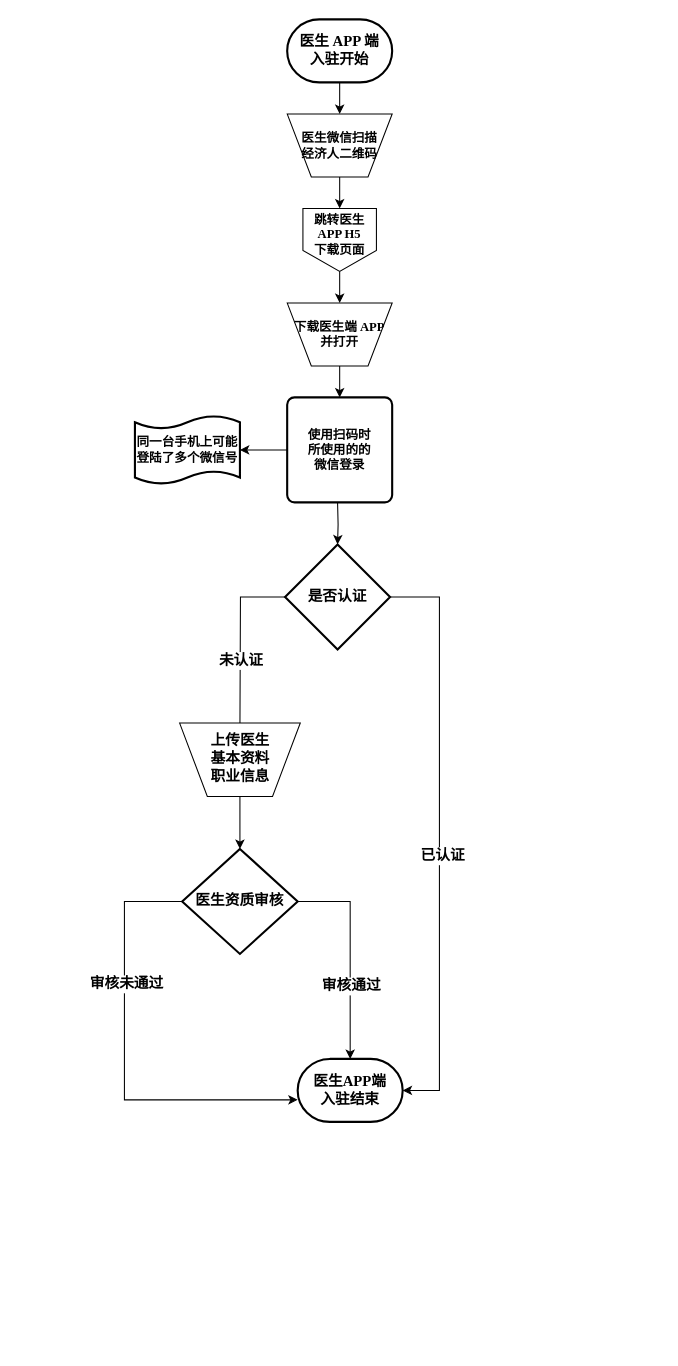
GitHeP/diagrams keeps this draw.io diagram as jbh/医生APP端微信扫码入驻.drawio. Above is the earlier version. Source tidied: cells renumbered, new cells numbered last; positions are measured from the earlier drawing's top-left corner, leaving out a move shared by most shapes. Both pictures are drawn from the tidied source at 105%, with x=0, y=0 at pixel (124, 19).
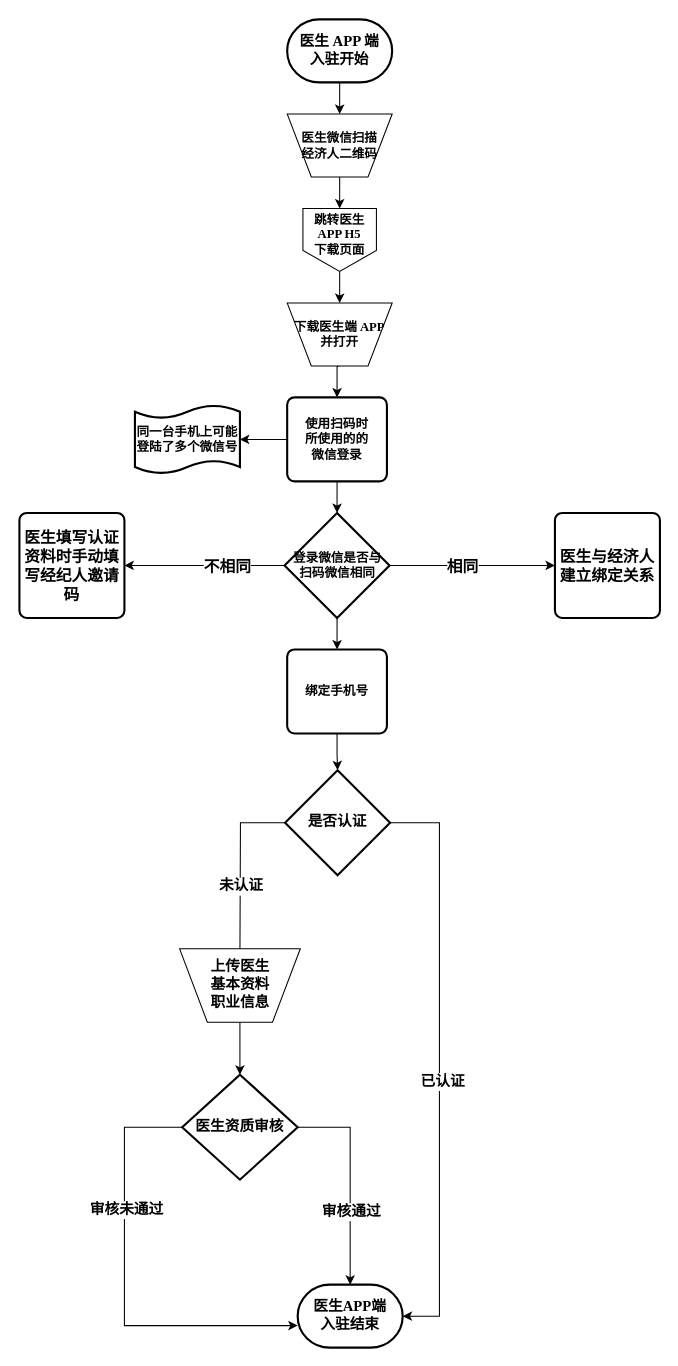
The same diagram, later.

Commit message (it also covers changes not shown here):
更新医生APP端微信扫码入驻.drawio

What changed in the source:
```diff
@@
+    <mxCell id="28" style="edgeStyle=orthogonalEdgeStyle;rounded=0;jettySize=auto;html=1;exitX=0.5;exitY=1;exitDx=0;exitDy=0;fontFamily=Garamond;fontStyle=1;" parent="1" edge="1" source="12" target="36">
+      <mxGeometry relative="1" as="geometry" />
+    </mxCell>
     <mxCell id="12" value="使用扫码时&lt;br&gt;所使用的的&lt;br&gt;微信登录" style="rounded=1;whiteSpace=wrap;html=1;absoluteArcSize=1;arcSize=14;strokeWidth=2;fontStyle=1;fontFamily=Garamond;" parent="1" vertex="1">
-      <mxGeometry x="155" y="360" width="100" height="100" as="geometry" />
+      <mxGeometry x="155" y="360" width="95" height="80" as="geometry" />
     </mxCell>
-    <mxCell id="13" style="edgeStyle=orthogonalEdgeStyle;rounded=0;jettySize=auto;html=1;exitX=0.5;exitY=1;exitDx=0;exitDy=0;fontFamily=Garamond;fontStyle=1;fontSize=14;" parent="1" edge="1" target="18">
-      <mxGeometry relative="1" as="geometry">
-        <mxPoint x="203" y="460" as="sourcePoint" />
-      </mxGeometry>
-    </mxCell>
     <mxCell id="14" style="edgeStyle=orthogonalEdgeStyle;rounded=0;jettySize=auto;html=1;exitX=1;exitY=0.5;exitDx=0;exitDy=0;exitPerimeter=0;entryX=1;entryY=0.5;entryDx=0;entryDy=0;entryPerimeter=0;fontFamily=Garamond;fontStyle=1;fontSize=14;" parent="1" edge="1" source="18" target="19">
       <mxGeometry relative="1" as="geometry">
         <Array as="points">
-          <mxPoint x="300" y="550" />
-          <mxPoint x="300" y="1020" />
+          <mxPoint x="300" y="765" />
+          <mxPoint x="300" y="1235" />
         </Array>
       </mxGeometry>
     </mxCell>
@@
     <mxCell id="16" style="edgeStyle=orthogonalEdgeStyle;rounded=0;jettySize=auto;html=1;fontFamily=Garamond;fontStyle=1;fontSize=14;" parent="1" edge="1" source="18">
       <mxGeometry relative="1" as="geometry">
-        <mxPoint x="110" y="680" as="targetPoint" />
+        <mxPoint x="110" y="895" as="targetPoint" />
       </mxGeometry>
     </mxCell>
@@
     <mxCell id="18" value="是否认证" style="strokeWidth=2;html=1;shape=mxgraph.flowchart.decision;whiteSpace=wrap;fontFamily=Garamond;fontStyle=1;fontSize=14;" parent="1" vertex="1">
-      <mxGeometry x="153" y="500" width="100" height="100" as="geometry" />
+      <mxGeometry x="153" y="715" width="100" height="100" as="geometry" />
     </mxCell>
     <mxCell id="19" value="医生APP端&lt;br style=&quot;font-size: 14px;&quot;&gt;入驻结束" style="strokeWidth=2;html=1;shape=mxgraph.flowchart.terminator;whiteSpace=wrap;fontFamily=Garamond;fontStyle=1;fontSize=14;" parent="1" vertex="1">
-      <mxGeometry x="165" y="990" width="100" height="60" as="geometry" />
+      <mxGeometry x="165" y="1205" width="100" height="60" as="geometry" />
     </mxCell>
@@
     <mxCell id="22" style="edgeStyle=orthogonalEdgeStyle;rounded=0;jettySize=auto;html=1;entryX=0;entryY=0.65;entryDx=0;entryDy=0;entryPerimeter=0;fontFamily=Garamond;fontStyle=1;fontSize=14;" parent="1" edge="1" source="24" target="19">
       <mxGeometry relative="1" as="geometry">
         <Array as="points">
-          <mxPoint y="840" />
-          <mxPoint y="1029" />
+          <mxPoint y="1055" />
+          <mxPoint y="1244" />
         </Array>
       </mxGeometry>
     </mxCell>
@@
     <mxCell id="24" value="医生资质审核" style="strokeWidth=2;html=1;shape=mxgraph.flowchart.decision;whiteSpace=wrap;fontFamily=Garamond;fontStyle=1;fontSize=14;" parent="1" vertex="1">
-      <mxGeometry x="55" y="790" width="110" height="100" as="geometry" />
+      <mxGeometry x="55" y="1005" width="110" height="100" as="geometry" />
     </mxCell>
@@
     <mxCell id="26" value="上传医生&lt;br style=&quot;font-size: 14px;&quot;&gt;基本资料&lt;br style=&quot;font-size: 14px;&quot;&gt;职业信息" style="verticalLabelPosition=middle;verticalAlign=middle;html=1;shape=trapezoid;perimeter=trapezoidPerimeter;whiteSpace=wrap;size=0.23;arcSize=10;flipV=1;labelPosition=center;align=center;fontFamily=Garamond;fontStyle=1;fontSize=14;" parent="1" vertex="1">
-      <mxGeometry x="52.5" y="670" width="115" height="70" as="geometry" />
+      <mxGeometry x="52.5" y="885" width="115" height="70" as="geometry" />
     </mxCell>
     <mxCell id="27" value="同一台手机上可能登陆了多个微信号" style="shape=tape;whiteSpace=wrap;html=1;strokeWidth=2;size=0.19;fontStyle=1;fontFamily=Garamond;" parent="1" vertex="1">
-      <mxGeometry x="10" y="377.5" width="100" height="65" as="geometry" />
+      <mxGeometry x="10" y="367.5" width="100" height="65" as="geometry" />
     </mxCell>
+    <mxCell id="29" style="edgeStyle=orthogonalEdgeStyle;rounded=0;jettySize=auto;html=1;exitX=0.5;exitY=1;exitDx=0;exitDy=0;fontFamily=Garamond;fontStyle=1;" parent="1" edge="1" source="30" target="18">
+      <mxGeometry relative="1" as="geometry" />
+    </mxCell>
+    <mxCell id="30" value="绑定手机号" style="rounded=1;whiteSpace=wrap;html=1;absoluteArcSize=1;arcSize=14;strokeWidth=2;fontFamily=Garamond;fontStyle=1;" parent="1" vertex="1">
+      <mxGeometry x="155" y="600" width="95" height="80" as="geometry" />
+    </mxCell>
+    <mxCell id="31" style="edgeStyle=orthogonalEdgeStyle;rounded=0;jettySize=auto;html=1;exitX=1;exitY=0.5;exitDx=0;exitDy=0;exitPerimeter=0;fontFamily=Garamond;fontStyle=1;" parent="1" edge="1" source="36">
+      <mxGeometry relative="1" as="geometry">
+        <mxPoint x="410" y="520" as="targetPoint" />
+      </mxGeometry>
+    </mxCell>
+    <mxCell id="32" value="&lt;font style=&quot;font-size: 15px;&quot;&gt;相同&lt;/font&gt;" style="edgeLabel;html=1;align=center;verticalAlign=middle;fontFamily=Garamond;fontStyle=1;" parent="31" vertex="1">
+      <mxGeometry x="-0.31" y="-2" relative="1" as="geometry">
+        <mxPoint x="14" y="-2" as="offset" />
+      </mxGeometry>
+    </mxCell>
+    <mxCell id="33" style="edgeStyle=orthogonalEdgeStyle;rounded=0;jettySize=auto;html=1;fontFamily=Garamond;fontSize=15;fontStyle=1;" parent="1" edge="1" source="36">
+      <mxGeometry relative="1" as="geometry">
+        <mxPoint y="520" as="targetPoint" />
+        <Array as="points">
+          <mxPoint x="10" y="520" />
+          <mxPoint x="10" y="520" />
+        </Array>
+      </mxGeometry>
+    </mxCell>
+    <mxCell id="34" value="不相同" style="edgeLabel;html=1;align=center;verticalAlign=middle;fontSize=15;fontFamily=Garamond;fontStyle=1;" parent="33" vertex="1">
+      <mxGeometry x="-0.26" y="2" relative="1" as="geometry">
+        <mxPoint x="1" y="-2" as="offset" />
+      </mxGeometry>
+    </mxCell>
+    <mxCell id="35" style="edgeStyle=orthogonalEdgeStyle;rounded=0;jettySize=auto;html=1;entryX=0.5;entryY=0;entryDx=0;entryDy=0;fontFamily=Garamond;fontSize=15;fontStyle=1;" parent="1" edge="1" source="36" target="30">
+      <mxGeometry relative="1" as="geometry" />
+    </mxCell>
+    <mxCell id="36" value="登录微信是否与&lt;br&gt;扫码微信相同" style="strokeWidth=2;html=1;shape=mxgraph.flowchart.decision;whiteSpace=wrap;fontFamily=Garamond;fontStyle=1;" parent="1" vertex="1">
+      <mxGeometry x="152.5" y="470" width="100" height="100" as="geometry" />
+    </mxCell>
+    <mxCell id="37" value="医生与经济人建立绑定关系" style="rounded=1;whiteSpace=wrap;html=1;absoluteArcSize=1;arcSize=14;strokeWidth=2;fontFamily=Garamond;fontSize=15;fontStyle=1;" parent="1" vertex="1">
+      <mxGeometry x="410" y="470" width="100" height="100" as="geometry" />
+    </mxCell>
+    <mxCell id="38" value="医生填写认证资料时手动填写经纪人邀请码" style="rounded=1;whiteSpace=wrap;html=1;absoluteArcSize=1;arcSize=14;strokeWidth=2;fontFamily=Garamond;fontSize=15;fontStyle=1;" parent="1" vertex="1">
+      <mxGeometry x="-100" y="470" width="100" height="100" as="geometry" />
+    </mxCell>
```
